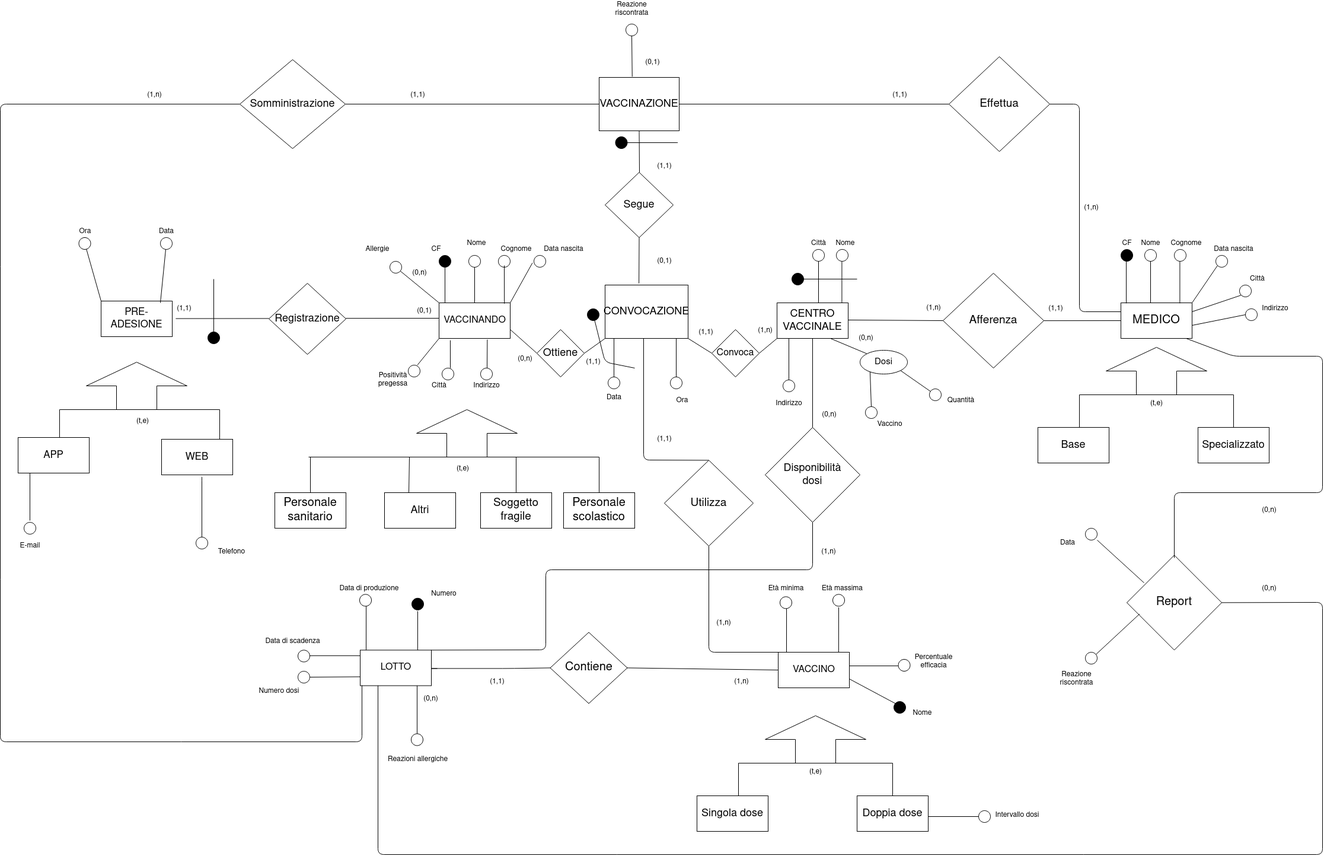
shaggyishere/VaccineDatabase keeps this draw.io diagram as bd/ERconcettuale.png. Above is the earlier version. Source tidied: cells renumbered, new cells last; positions are measured from the earlier drawing's top-left corner, leaving out a move shared by most shapes.
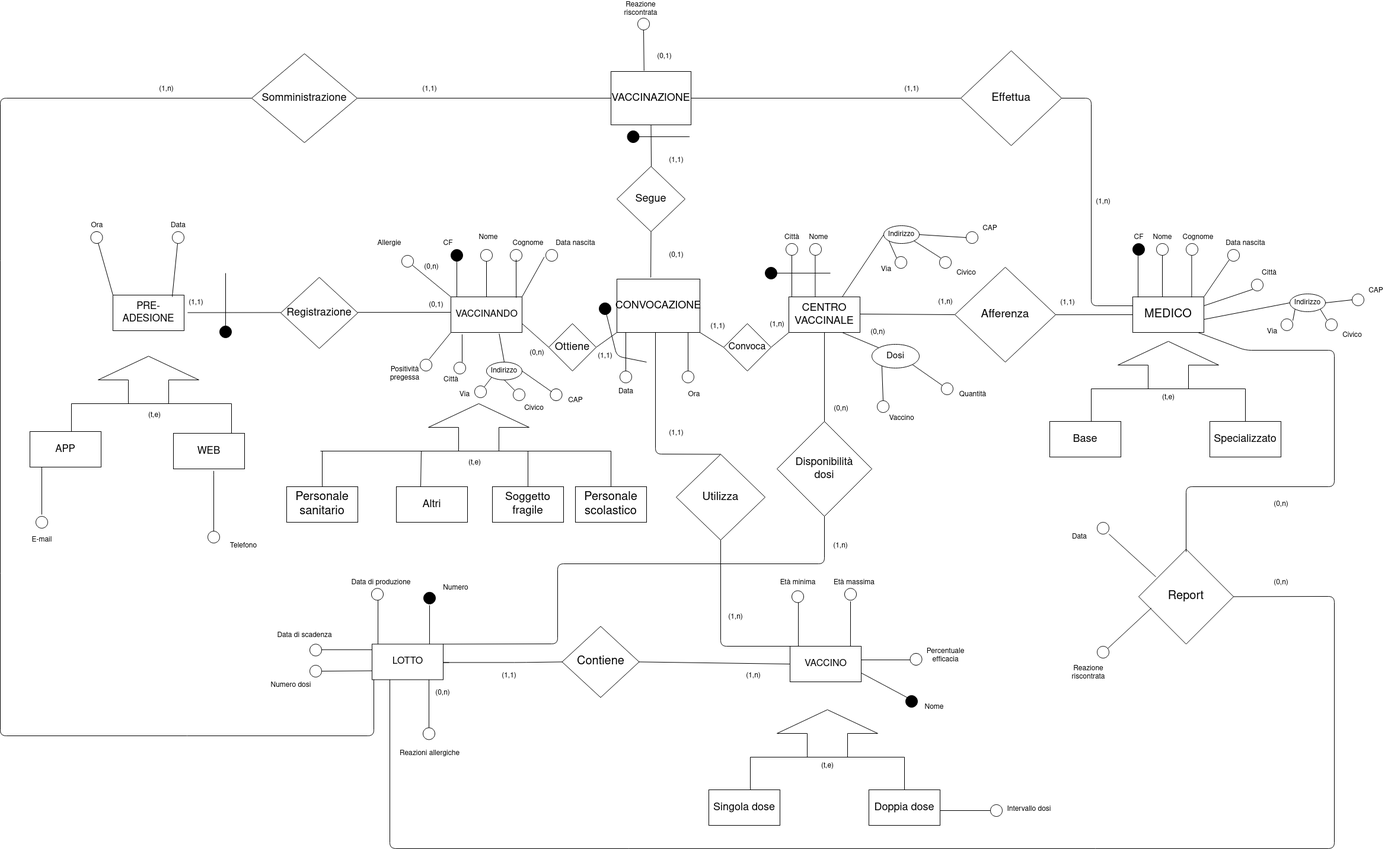
Later version of the same file.

Diff of the diagram source:
```diff
@@ -63,10 +63,8 @@
     <mxCell id="18" value="(0,n)" style="text;html=1;align=center;verticalAlign=middle;strokeColor=none;" parent="1" vertex="1">
       <mxGeometry x="687" y="450" width="40" height="20" as="geometry" />
     </mxCell>
-    <mxCell id="19" style="endArrow=none;html=1;exitX=0.678;exitY=1.033;exitDx=0;exitDy=0;exitPerimeter=0;" parent="1" edge="1" source="2">
-      <mxGeometry relative="1" as="geometry">
-        <mxPoint x="821" y="620" as="targetPoint" />
-      </mxGeometry>
+    <mxCell id="19" style="endArrow=none;html=1;exitX=0.678;exitY=1.033;exitDx=0;exitDy=0;exitPerimeter=0;entryX=0.5;entryY=0;entryDx=0;entryDy=0;" parent="1" edge="1" source="2" target="228">
+      <mxGeometry relative="1" as="geometry" />
     </mxCell>
     <mxCell id="20" style="endArrow=none;html=1;exitX=0.158;exitY=1.053;exitDx=0;exitDy=0;exitPerimeter=0;" parent="1" edge="1" source="2">
       <mxGeometry relative="1" as="geometry">
@@ -74,13 +72,13 @@
       </mxGeometry>
     </mxCell>
     <mxCell id="21" style="ellipse;whiteSpace=wrap;html=1;strokeWidth=1;" parent="1" vertex="1">
-      <mxGeometry x="810" y="620" width="20" height="20" as="geometry" />
+      <mxGeometry x="907.5" y="665" width="20" height="20" as="geometry" />
     </mxCell>
     <mxCell id="22" style="ellipse;whiteSpace=wrap;html=1;strokeWidth=1;" parent="1" vertex="1">
       <mxGeometry x="745" y="620" width="20" height="20" as="geometry" />
     </mxCell>
-    <mxCell id="23" value="Indirizzo" style="text;html=1;align=center;verticalAlign=middle;strokeColor=none;" parent="1" vertex="1">
-      <mxGeometry x="790" y="640" width="60" height="20" as="geometry" />
+    <mxCell id="23" value="CAP" style="text;html=1;align=center;verticalAlign=middle;strokeColor=none;" parent="1" vertex="1">
+      <mxGeometry x="930" y="675" width="40" height="20" as="geometry" />
     </mxCell>
     <mxCell id="24" value="Città" style="text;html=1;align=center;verticalAlign=middle;strokeColor=none;" parent="1" vertex="1">
       <mxGeometry x="720" y="640" width="40" height="20" as="geometry" />
@@ -95,46 +93,40 @@
       <mxGeometry x="1310" y="510" width="120" height="60" as="geometry" />
     </mxCell>
     <mxCell id="28" style="ellipse;whiteSpace=wrap;html=1;strokeWidth=1;" parent="1" vertex="1">
-      <mxGeometry x="1370" y="420" width="20" height="20" as="geometry" />
+      <mxGeometry x="1305" y="420" width="20" height="20" as="geometry" />
     </mxCell>
     <mxCell id="29" style="ellipse;whiteSpace=wrap;html=1;strokeWidth=1;" parent="1" vertex="1">
-      <mxGeometry x="1410" y="420" width="20" height="20" as="geometry" />
+      <mxGeometry x="1345" y="420" width="20" height="20" as="geometry" />
     </mxCell>
-    <mxCell id="30" style="ellipse;whiteSpace=wrap;html=1;strokeWidth=1;" parent="1" vertex="1">
-      <mxGeometry x="1320" y="640" width="20" height="20" as="geometry" />
-    </mxCell>
     <mxCell id="31" style="endArrow=none;html=1;entryX=0;entryY=1;entryDx=0;entryDy=0;" parent="1" edge="1">
       <mxGeometry relative="1" as="geometry">
-        <mxPoint x="1380" y="510" as="sourcePoint" />
-        <mxPoint x="1380" y="440" as="targetPoint" />
+        <mxPoint x="1315" y="510" as="sourcePoint" />
+        <mxPoint x="1315" y="440" as="targetPoint" />
       </mxGeometry>
     </mxCell>
     <mxCell id="32" style="endArrow=none;html=1;entryX=0;entryY=1;entryDx=0;entryDy=0;" parent="1" edge="1">
       <mxGeometry relative="1" as="geometry">
-        <mxPoint x="1419.4" y="510" as="sourcePoint" />
-        <mxPoint x="1419.4" y="440" as="targetPoint" />
+        <mxPoint x="1354.4" y="510" as="sourcePoint" />
+        <mxPoint x="1354.4" y="440" as="targetPoint" />
       </mxGeometry>
     </mxCell>
-    <mxCell id="33" style="endArrow=none;html=1;entryX=0;entryY=1;entryDx=0;entryDy=0;" parent="1" edge="1">
-      <mxGeometry relative="1" as="geometry">
-        <mxPoint x="1330" y="640" as="sourcePoint" />
-        <mxPoint x="1330" y="570" as="targetPoint" />
-      </mxGeometry>
+    <mxCell id="33" style="endArrow=none;html=1;entryX=0.75;entryY=0;entryDx=0;entryDy=0;exitX=0;exitY=0.5;exitDx=0;exitDy=0;" parent="1" edge="1" source="248" target="27">
+      <mxGeometry relative="1" as="geometry" />
     </mxCell>
     <mxCell id="34" value="Città" style="text;html=1;align=center;verticalAlign=middle;strokeColor=none;" parent="1" vertex="1">
-      <mxGeometry x="1360" y="400" width="40" height="20" as="geometry" />
+      <mxGeometry x="1295" y="400" width="40" height="20" as="geometry" />
     </mxCell>
     <mxCell id="35" value="Nome" style="text;html=1;align=center;verticalAlign=middle;strokeColor=none;" parent="1" vertex="1">
-      <mxGeometry x="1400" y="400" width="50" height="20" as="geometry" />
+      <mxGeometry x="1335" y="400" width="50" height="20" as="geometry" />
     </mxCell>
     <mxCell id="36" style="endArrow=none;html=1;" parent="1" edge="1">
       <mxGeometry relative="1" as="geometry">
-        <mxPoint x="1445" y="470" as="sourcePoint" />
-        <mxPoint x="1335" y="470" as="targetPoint" />
+        <mxPoint x="1380" y="470" as="sourcePoint" />
+        <mxPoint x="1270" y="470" as="targetPoint" />
       </mxGeometry>
     </mxCell>
     <mxCell id="37" style="ellipse;whiteSpace=wrap;html=1;strokeWidth=1;fillColor=#000000;" parent="1" vertex="1">
-      <mxGeometry x="1335" y="460" width="20" height="20" as="geometry" />
+      <mxGeometry x="1270" y="460" width="20" height="20" as="geometry" />
     </mxCell>
     <mxCell id="38" value="(0,n)" style="text;html=1;align=center;verticalAlign=middle;strokeColor=none;" parent="1" vertex="1">
       <mxGeometry x="865" y="595" width="40" height="20" as="geometry" />
@@ -177,9 +169,6 @@
     <mxCell id="47" value="Ora" style="text;html=1;align=center;verticalAlign=middle;strokeColor=none;" parent="1" vertex="1">
       <mxGeometry x="1130" y="665" width="40" height="20" as="geometry" />
     </mxCell>
-    <mxCell id="48" value="Indirizzo" style="text;html=1;align=center;verticalAlign=middle;strokeColor=none;" parent="1" vertex="1">
-      <mxGeometry x="1300" y="670" width="60" height="20" as="geometry" />
-    </mxCell>
     <mxCell id="49" style="endArrow=none;html=1;exitX=1.024;exitY=0.507;exitDx=0;exitDy=0;exitPerimeter=0;entryX=0;entryY=0.5;entryDx=0;entryDy=0;" parent="1" edge="1" target="51">
       <mxGeometry relative="1" as="geometry">
         <mxPoint x="1430" y="539" as="sourcePoint" />
@@ -230,7 +219,7 @@
       <mxGeometry x="2090" y="480" width="20" height="20" as="geometry" />
     </mxCell>
     <mxCell id="62" style="ellipse;whiteSpace=wrap;html=1;strokeWidth=1;" parent="1" vertex="1">
-      <mxGeometry x="2100" y="520" width="20" height="20" as="geometry" />
+      <mxGeometry x="2140" y="547" width="20" height="20" as="geometry" />
     </mxCell>
     <mxCell id="63" style="endArrow=none;html=1;exitX=0.075;exitY=0.014;exitDx=0;exitDy=0;exitPerimeter=0;" parent="1" edge="1">
       <mxGeometry relative="1" as="geometry">
@@ -244,7 +233,7 @@
     <mxCell id="65" style="endArrow=none;html=1;exitX=1;exitY=0.25;exitDx=0;exitDy=0;entryX=0;entryY=1;entryDx=0;entryDy=0;" parent="1" edge="1" source="53" target="61">
       <mxGeometry relative="1" as="geometry" />
     </mxCell>
-    <mxCell id="66" style="endArrow=none;html=1;entryX=0;entryY=0.5;entryDx=0;entryDy=0;" parent="1" edge="1" target="62">
+    <mxCell id="66" style="endArrow=none;html=1;entryX=0;entryY=0.5;entryDx=0;entryDy=0;" parent="1" edge="1" target="238">
       <mxGeometry relative="1" as="geometry">
         <mxPoint x="2010" y="548" as="sourcePoint" />
       </mxGeometry>
@@ -261,9 +250,6 @@
     <mxCell id="70" value="Città" style="text;html=1;align=center;verticalAlign=middle;strokeColor=none;" parent="1" vertex="1">
       <mxGeometry x="2100" y="460" width="40" height="20" as="geometry" />
     </mxCell>
-    <mxCell id="71" value="Indirizzo" style="text;html=1;align=center;verticalAlign=middle;strokeColor=none;" parent="1" vertex="1">
-      <mxGeometry x="2120" y="510" width="60" height="20" as="geometry" />
-    </mxCell>
     <mxCell id="72" style="html=1;shadow=0;dashed=0;align=center;verticalAlign=middle;shape=mxgraph.arrows2.arrow;dy=0.6;dx=40;direction=north;notch=0;strokeWidth=1;fillColor=#FFFFFF;" parent="1" vertex="1">
       <mxGeometry x="1865" y="585" width="170" height="80" as="geometry" />
     </mxCell>
@@ -824,8 +810,8 @@
         <mxPoint x="610" y="1155" as="sourcePoint" />
         <Array as="points">
           <mxPoint x="610" y="1250" />
-          <mxPoint y="1250" />
-          <mxPoint y="175" />
+          <mxPoint x="-20" y="1250" />
+          <mxPoint x="-20" y="175" />
         </Array>
       </mxGeometry>
     </mxCell>
@@ -873,7 +859,7 @@
       <mxGeometry x="1055" y="40" width="20" height="20" as="geometry" />
     </mxCell>
     <mxCell id="225" value="&lt;div&gt;Reazione&lt;/div&gt;&lt;div&gt;riscontrata&lt;br&gt;&lt;/div&gt;" style="text;html=1;align=center;verticalAlign=middle;strokeColor=none;" parent="1" vertex="1">
-      <mxGeometry x="1030" width="70" height="30" as="geometry" />
+      <mxGeometry x="1025" y="10" width="70" height="30" as="geometry" />
     </mxCell>
     <mxCell id="226" style="endArrow=none;html=1;fillColor=#000000;entryX=0.5;entryY=1;entryDx=0;entryDy=0;exitX=0.413;exitY=-0.014;exitDx=0;exitDy=0;exitPerimeter=0;" parent="1" edge="1" source="40" target="224">
       <mxGeometry relative="1" as="geometry" />
@@ -881,5 +867,92 @@
     <mxCell id="227" value="(0,1)" style="text;html=1;align=center;verticalAlign=middle;strokeColor=none;" parent="1" vertex="1">
       <mxGeometry x="1080" y="95" width="40" height="20" as="geometry" />
     </mxCell>
+    <mxCell id="228" value="Indirizzo" style="ellipse;whiteSpace=wrap;html=1;" parent="1" vertex="1">
+      <mxGeometry x="800" y="620" width="60" height="30" as="geometry" />
+    </mxCell>
+    <mxCell id="229" style="endArrow=none;html=1;entryX=1;entryY=0.5;entryDx=0;entryDy=0;" parent="1" edge="1" target="228">
+      <mxGeometry relative="1" as="geometry">
+        <mxPoint x="910" y="670" as="sourcePoint" />
+      </mxGeometry>
+    </mxCell>
+    <mxCell id="230" style="endArrow=none;html=1;entryX=0.5;entryY=1;entryDx=0;entryDy=0;" parent="1" edge="1" target="228">
+      <mxGeometry relative="1" as="geometry">
+        <mxPoint x="850" y="670" as="sourcePoint" />
+      </mxGeometry>
+    </mxCell>
+    <mxCell id="231" style="ellipse;whiteSpace=wrap;html=1;strokeWidth=1;" parent="1" vertex="1">
+      <mxGeometry x="845" y="665" width="20" height="20" as="geometry" />
+    </mxCell>
+    <mxCell id="232" value="Civico" style="text;html=1;align=center;verticalAlign=middle;strokeColor=none;" parent="1" vertex="1">
+      <mxGeometry x="855" y="688" width="50" height="20" as="geometry" />
+    </mxCell>
+    <mxCell id="233" style="endArrow=none;html=1;entryX=0;entryY=1;entryDx=0;entryDy=0;" parent="1" edge="1" target="228">
+      <mxGeometry relative="1" as="geometry">
+        <mxPoint x="790" y="670" as="sourcePoint" />
+      </mxGeometry>
+    </mxCell>
+    <mxCell id="234" style="ellipse;whiteSpace=wrap;html=1;strokeWidth=1;" parent="1" vertex="1">
+      <mxGeometry x="780" y="660" width="20" height="20" as="geometry" />
+    </mxCell>
+    <mxCell id="235" value="Via" style="text;html=1;align=center;verticalAlign=middle;strokeColor=none;" parent="1" vertex="1">
+      <mxGeometry x="748" y="665" width="30" height="20" as="geometry" />
+    </mxCell>
+    <mxCell id="236" style="ellipse;whiteSpace=wrap;html=1;strokeWidth=1;" parent="1" vertex="1">
+      <mxGeometry x="2260" y="505" width="20" height="20" as="geometry" />
+    </mxCell>
+    <mxCell id="237" value="CAP" style="text;html=1;align=center;verticalAlign=middle;strokeColor=none;" parent="1" vertex="1">
+      <mxGeometry x="2280" y="490" width="40" height="20" as="geometry" />
+    </mxCell>
+    <mxCell id="238" value="Indirizzo" style="ellipse;whiteSpace=wrap;html=1;" parent="1" vertex="1">
+      <mxGeometry x="2155" y="505" width="60" height="30" as="geometry" />
+    </mxCell>
+    <mxCell id="239" style="endArrow=none;html=1;entryX=1;entryY=0.5;entryDx=0;entryDy=0;exitX=0;exitY=0.5;exitDx=0;exitDy=0;" parent="1" edge="1" source="236" target="238">
+      <mxGeometry relative="1" as="geometry" />
+    </mxCell>
+    <mxCell id="240" style="ellipse;whiteSpace=wrap;html=1;strokeWidth=1;" parent="1" vertex="1">
+      <mxGeometry x="2215" y="547" width="20" height="20" as="geometry" />
+    </mxCell>
+    <mxCell id="241" value="Civico" style="text;html=1;align=center;verticalAlign=middle;strokeColor=none;" parent="1" vertex="1">
+      <mxGeometry x="2235" y="565" width="50" height="20" as="geometry" />
+    </mxCell>
+    <mxCell id="242" value="Via" style="text;html=1;align=center;verticalAlign=middle;strokeColor=none;" parent="1" vertex="1">
+      <mxGeometry x="2110" y="559" width="30" height="20" as="geometry" />
+    </mxCell>
+    <mxCell id="243" style="endArrow=none;html=1;entryX=0;entryY=1;entryDx=0;entryDy=0;exitX=1;exitY=0.15;exitDx=0;exitDy=0;exitPerimeter=0;" parent="1" edge="1" source="62" target="238">
+      <mxGeometry relative="1" as="geometry" />
+    </mxCell>
+    <mxCell id="244" style="endArrow=none;html=1;entryX=1;entryY=1;entryDx=0;entryDy=0;exitX=0;exitY=0;exitDx=0;exitDy=0;" parent="1" edge="1" source="240" target="238">
+      <mxGeometry relative="1" as="geometry" />
+    </mxCell>
+    <mxCell id="245" style="ellipse;whiteSpace=wrap;html=1;strokeWidth=1;" parent="1" vertex="1">
+      <mxGeometry x="1489" y="442" width="20" height="20" as="geometry" />
+    </mxCell>
+    <mxCell id="246" style="ellipse;whiteSpace=wrap;html=1;strokeWidth=1;" parent="1" vertex="1">
+      <mxGeometry x="1609" y="400" width="20" height="20" as="geometry" />
+    </mxCell>
+    <mxCell id="247" value="CAP" style="text;html=1;align=center;verticalAlign=middle;strokeColor=none;" parent="1" vertex="1">
+      <mxGeometry x="1629" y="385" width="40" height="20" as="geometry" />
+    </mxCell>
+    <mxCell id="248" value="Indirizzo" style="ellipse;whiteSpace=wrap;html=1;" parent="1" vertex="1">
+      <mxGeometry x="1470" y="390" width="60" height="30" as="geometry" />
+    </mxCell>
+    <mxCell id="249" style="endArrow=none;html=1;entryX=1;entryY=0.5;entryDx=0;entryDy=0;exitX=0;exitY=0.5;exitDx=0;exitDy=0;" parent="1" edge="1" source="246" target="248">
+      <mxGeometry relative="1" as="geometry" />
+    </mxCell>
+    <mxCell id="250" style="ellipse;whiteSpace=wrap;html=1;strokeWidth=1;" parent="1" vertex="1">
+      <mxGeometry x="1564" y="442" width="20" height="20" as="geometry" />
+    </mxCell>
+    <mxCell id="251" value="Civico" style="text;html=1;align=center;verticalAlign=middle;strokeColor=none;" parent="1" vertex="1">
+      <mxGeometry x="1584" y="460" width="50" height="20" as="geometry" />
+    </mxCell>
+    <mxCell id="252" value="Via" style="text;html=1;align=center;verticalAlign=middle;strokeColor=none;" parent="1" vertex="1">
+      <mxGeometry x="1459" y="454" width="30" height="20" as="geometry" />
+    </mxCell>
+    <mxCell id="253" style="endArrow=none;html=1;entryX=0;entryY=1;entryDx=0;entryDy=0;exitX=0;exitY=0;exitDx=0;exitDy=0;" parent="1" edge="1" source="245" target="248">
+      <mxGeometry relative="1" as="geometry" />
+    </mxCell>
+    <mxCell id="254" style="endArrow=none;html=1;entryX=1;entryY=1;entryDx=0;entryDy=0;exitX=0;exitY=0;exitDx=0;exitDy=0;" parent="1" edge="1" source="250" target="248">
+      <mxGeometry relative="1" as="geometry" />
+    </mxCell>
   </root>
 </mxGraphModel>
```
